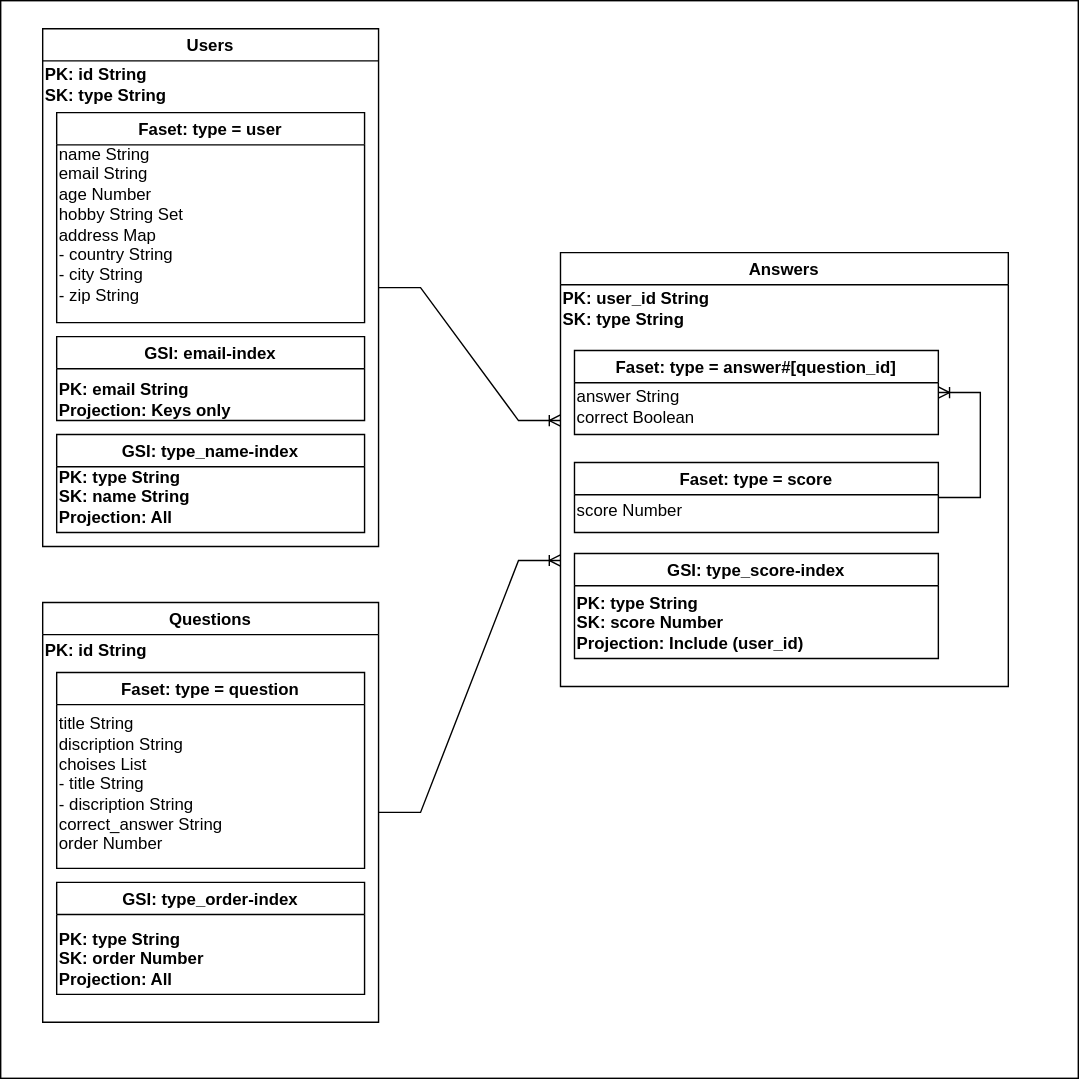
Before: er.drawio.svg, a diagram exported from draw.io (danishi/dynamodb-er-diagram). Source tidied: cells renumbered, new cells last; positions are measured from the earlier drawing's top-left corner, leaving out a move shared by most shapes.
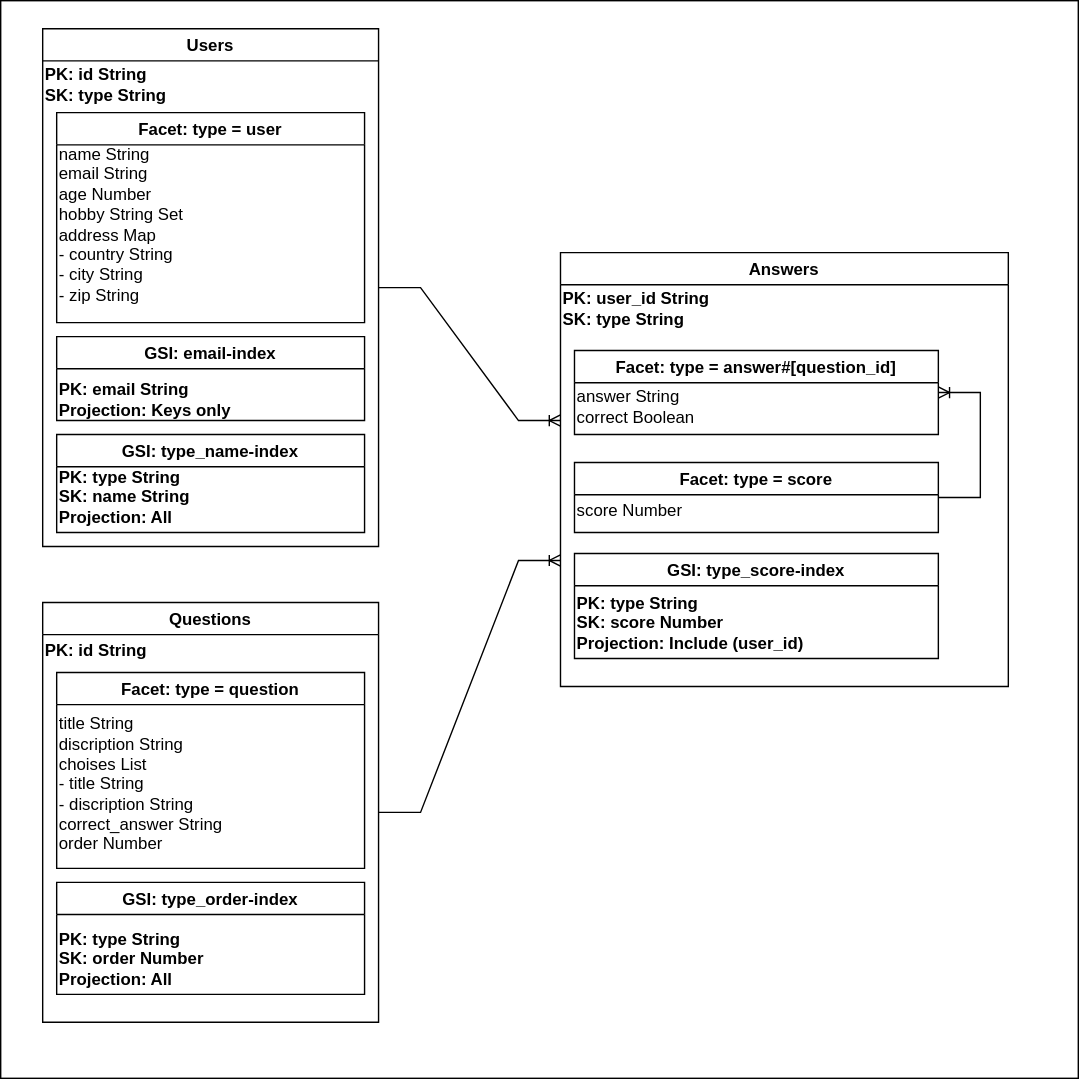
Later version of the same file.

What changed in the source:
```diff
@@ -11,7 +11,7 @@
     <mxCell id="4" value="&lt;span style=&quot;background-color: initial;&quot;&gt;PK: id String&lt;br&gt;SK: type String&lt;br&gt;&lt;/span&gt;" style="text;html=1;align=left;verticalAlign=middle;strokeColor=none;fillColor=none;fontStyle=1;fontColor=#000000;" parent="3" vertex="1">
       <mxGeometry y="20" width="110" height="40" as="geometry" />
     </mxCell>
-    <mxCell id="5" value="Faset: type = user" style="swimlane;strokeColor=#000000;" parent="3" vertex="1">
+    <mxCell id="5" value="Facet: type = user" style="swimlane;strokeColor=#000000;" parent="3" vertex="1">
       <mxGeometry x="10" y="60" width="220" height="150" as="geometry" />
     </mxCell>
     <mxCell id="6" value="&lt;span&gt;name String&lt;br&gt;email String&lt;br&gt;age Number&lt;br&gt;hobby String Set&lt;br&gt;address Map&lt;br&gt;- country String&lt;br&gt;&lt;/span&gt;&lt;span&gt;- city String&lt;br&gt;&lt;/span&gt;-&amp;nbsp;&lt;span&gt;zip String&lt;br&gt;&lt;/span&gt;" style="text;html=1;align=left;verticalAlign=middle;strokeColor=none;fillColor=none;fontStyle=0;fontColor=#000000;" parent="5" vertex="1">
@@ -40,7 +40,7 @@
     <mxCell id="13" value="&lt;span style=&quot;background-color: initial;&quot;&gt;PK: user_id String&lt;br&gt;SK: type String&lt;br&gt;&lt;/span&gt;" style="text;html=1;align=left;verticalAlign=middle;strokeColor=none;fillColor=none;fontStyle=1;fontColor=#000000;" parent="12" vertex="1">
       <mxGeometry y="20" width="130" height="40" as="geometry" />
     </mxCell>
-    <mxCell id="14" value="Faset: type = answer#[question_id]" style="swimlane;strokeColor=#000000;" parent="12" vertex="1">
+    <mxCell id="14" value="Facet: type = answer#[question_id]" style="swimlane;strokeColor=#000000;" parent="12" vertex="1">
       <mxGeometry x="10" y="70" width="260" height="60" as="geometry" />
     </mxCell>
     <mxCell id="15" value="&lt;span style=&quot;background-color: initial;&quot;&gt;answer String&lt;br&gt;correct Boolean&lt;br&gt;&lt;/span&gt;" style="text;html=1;align=left;verticalAlign=middle;strokeColor=none;fillColor=none;fontStyle=0;fontColor=#000000;" parent="14" vertex="1">
@@ -52,7 +52,7 @@
     <mxCell id="17" value="&lt;span style=&quot;font-weight: 700&quot;&gt;PK: type String&lt;br&gt;&lt;/span&gt;&lt;span style=&quot;font-weight: 700&quot;&gt;SK: score Number&lt;br&gt;&lt;/span&gt;&lt;span&gt;&lt;b&gt;Projection: Include (user_id)&lt;/b&gt;&lt;br&gt;&lt;/span&gt;" style="text;html=1;align=left;verticalAlign=middle;strokeColor=none;fillColor=none;fontStyle=0;fontColor=#000000;" parent="16" vertex="1">
       <mxGeometry y="25" width="180" height="50" as="geometry" />
     </mxCell>
-    <mxCell id="18" value="Faset: type = score" style="swimlane;strokeColor=#000000;" parent="12" vertex="1">
+    <mxCell id="18" value="Facet: type = score" style="swimlane;strokeColor=#000000;" parent="12" vertex="1">
       <mxGeometry x="10" y="150" width="260" height="50" as="geometry" />
     </mxCell>
     <mxCell id="19" value="&lt;span style=&quot;background-color: initial;&quot;&gt;score Number&lt;br&gt;&lt;/span&gt;" style="text;html=1;align=left;verticalAlign=middle;strokeColor=none;fillColor=none;fontStyle=0;fontColor=#000000;" parent="18" vertex="1">
@@ -73,7 +73,7 @@
     <mxCell id="24" value="&lt;span style=&quot;font-weight: 700&quot;&gt;PK: type String&lt;br&gt;&lt;/span&gt;&lt;span&gt;&lt;b&gt;SK: order Number&lt;br&gt;&lt;/b&gt;&lt;/span&gt;&lt;b&gt;Projection: All&lt;/b&gt;&lt;span&gt;&lt;br&gt;&lt;/span&gt;" style="text;html=1;align=left;verticalAlign=middle;strokeColor=none;fillColor=none;fontStyle=0;fontColor=#000000;" parent="23" vertex="1">
       <mxGeometry y="30" width="120" height="50" as="geometry" />
     </mxCell>
-    <mxCell id="25" value="Faset: type = question" style="swimlane;startSize=23;strokeColor=#000000;" parent="21" vertex="1">
+    <mxCell id="25" value="Facet: type = question" style="swimlane;startSize=23;strokeColor=#000000;" parent="21" vertex="1">
       <mxGeometry x="10" y="50" width="220" height="140" as="geometry" />
     </mxCell>
     <mxCell id="26" value="title String&lt;br&gt;discription String&lt;br&gt;choises List&lt;br&gt;-&amp;nbsp;title String&lt;br&gt;-&amp;nbsp;discription String&lt;br&gt;correct_answer&amp;nbsp;String&lt;br&gt;&lt;span style=&quot;font-weight: 700&quot;&gt;&lt;span style=&quot;font-weight: normal&quot;&gt;order Number&lt;/span&gt;&lt;/span&gt;&lt;span&gt;&lt;br&gt;&lt;/span&gt;" style="text;html=1;align=left;verticalAlign=middle;strokeColor=none;fillColor=none;fontStyle=0;fontColor=#000000;" parent="25" vertex="1">
```
